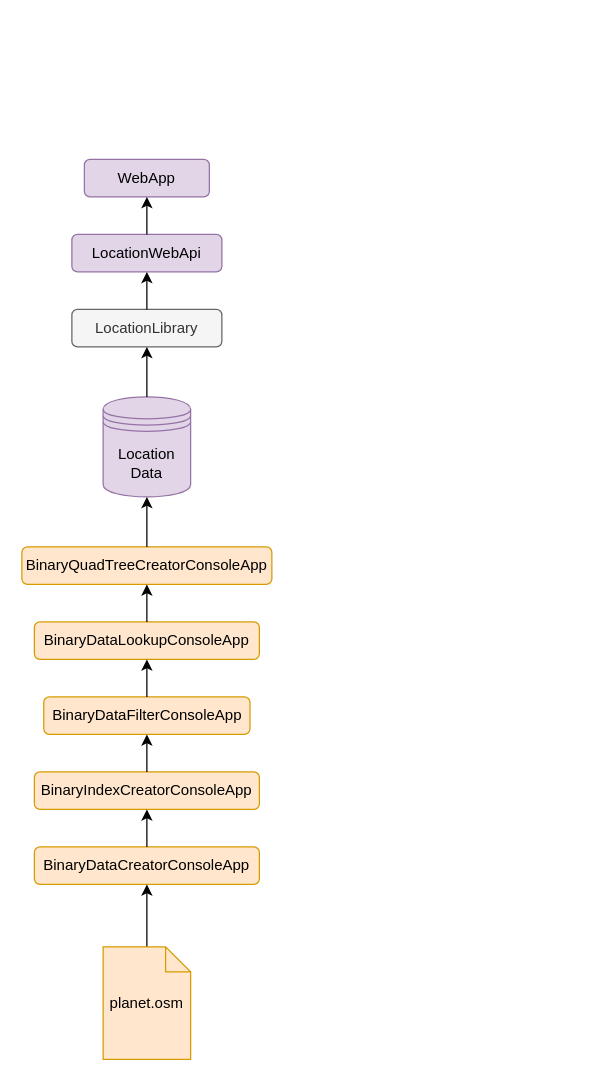
This is page "data-flow" (2 of 4) of _images/architecture.drawio from gartenkralle/geolocation-services-doc, a draw.io file, before an edit. Source tidied: cells renumbered, new cells numbered last; positions are measured from the earlier drawing's top-left corner, leaving out a move shared by most shapes. Both pictures are drawn from the tidied source at 125%, with x=0, y=0 at pixel (21, 159).
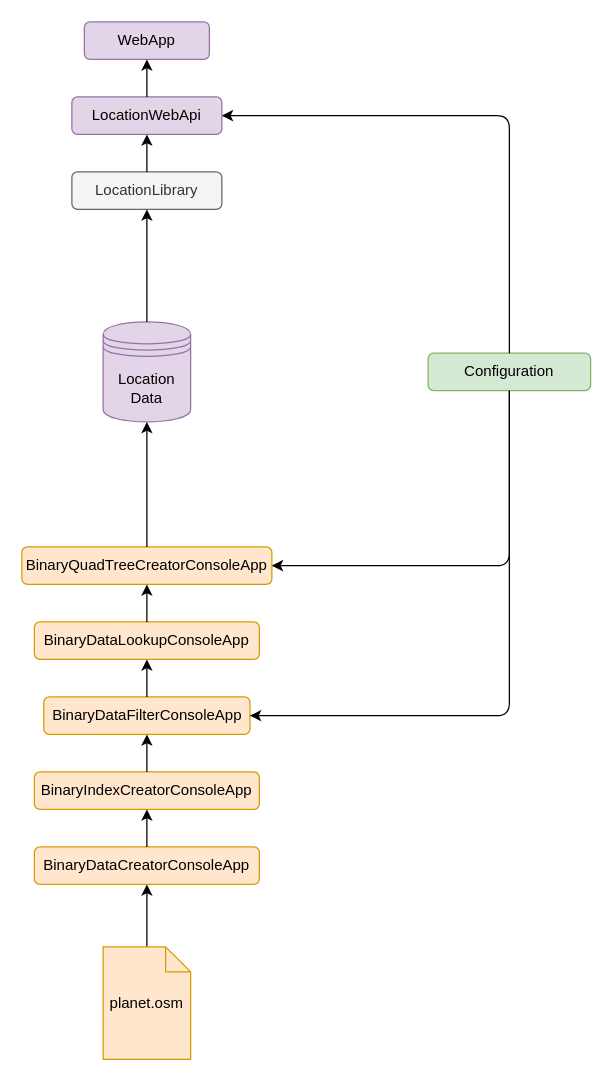
After the change.

Unchanged cells that the change refers to:
```xml
<mxCell id="8" value="BinaryDataFilterConsoleApp" style="whiteSpace=wrap;html=1;fillColor=#ffe6cc;strokeColor=#d79b00;glass=0;rounded=1;" parent="1" vertex="1">
  <mxGeometry x="17.5" y="430" width="165" height="30" as="geometry" />
</mxCell>
<mxCell id="10" value="BinaryQuadTreeCreatorConsoleApp" style="whiteSpace=wrap;html=1;fillColor=#ffe6cc;strokeColor=#d79b00;glass=0;rounded=1;" parent="1" vertex="1">
  <mxGeometry y="310" width="200" height="30" as="geometry" />
</mxCell>
```

Diff of the diagram source:
```diff
@@
     <mxCell id="2" value="WebApp" style="whiteSpace=wrap;html=1;fillColor=#e1d5e7;strokeColor=#9673a6;rounded=1;" parent="1" vertex="1">
-      <mxGeometry x="50" width="100" height="30" as="geometry" />
+      <mxGeometry x="50" y="-110" width="100" height="30" as="geometry" />
     </mxCell>
     <mxCell id="3" value="LocationWebApi" style="whiteSpace=wrap;html=1;fillColor=#e1d5e7;strokeColor=#9673a6;rounded=1;" parent="1" vertex="1">
-      <mxGeometry x="40" y="60" width="120" height="30" as="geometry" />
+      <mxGeometry x="40" y="-50" width="120" height="30" as="geometry" />
     </mxCell>
     <mxCell id="4" value="LocationLibrary" style="whiteSpace=wrap;html=1;fillColor=#f5f5f5;strokeColor=#666666;rounded=1;fontColor=#333333;" parent="1" vertex="1">
-      <mxGeometry x="40" y="120" width="120" height="30" as="geometry" />
+      <mxGeometry x="40" y="10" width="120" height="30" as="geometry" />
     </mxCell>
     <mxCell id="5" value="Location&lt;br&gt;Data" style="shape=datastore;whiteSpace=wrap;html=1;fillColor=#e1d5e7;strokeColor=#9673a6;" parent="1" vertex="1">
-      <mxGeometry x="65" y="190" width="70" height="80" as="geometry" />
+      <mxGeometry x="65" y="130" width="70" height="80" as="geometry" />
     </mxCell>
@@
+    <mxCell id="21" value="Configuration" style="whiteSpace=wrap;html=1;fillColor=#d5e8d4;strokeColor=#82b366;rounded=1;" parent="1" vertex="1">
+      <mxGeometry x="325" y="155" width="130" height="30" as="geometry" />
+    </mxCell>
+    <mxCell id="22" style="endArrow=classic;html=1;strokeColor=#000000;exitX=0.5;exitY=1;exitDx=0;exitDy=0;entryX=1;entryY=0.5;entryDx=0;entryDy=0;edgeStyle=orthogonalEdgeStyle;" parent="1" edge="1" source="21" target="8">
+      <mxGeometry relative="1" as="geometry" />
+    </mxCell>
+    <mxCell id="23" style="endArrow=classic;html=1;strokeColor=#000000;exitX=0.5;exitY=1;exitDx=0;exitDy=0;entryX=1;entryY=0.5;entryDx=0;entryDy=0;edgeStyle=orthogonalEdgeStyle;" parent="1" edge="1" source="21" target="10">
+      <mxGeometry relative="1" as="geometry" />
+    </mxCell>
+    <mxCell id="24" style="endArrow=classic;html=1;strokeColor=#000000;exitX=0.5;exitY=0;exitDx=0;exitDy=0;entryX=1;entryY=0.5;entryDx=0;entryDy=0;edgeStyle=orthogonalEdgeStyle;" parent="1" edge="1" source="21" target="3">
+      <mxGeometry relative="1" as="geometry" />
+    </mxCell>
```
